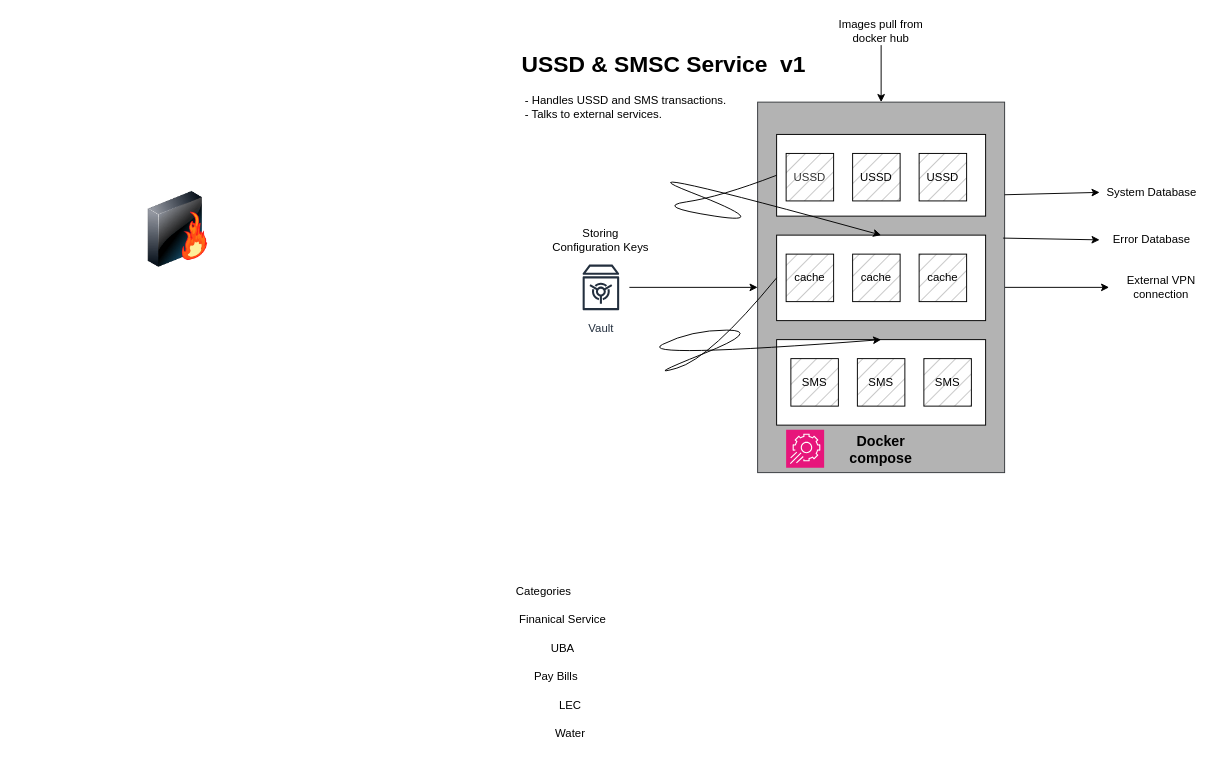
brilliantnarlo/system-design keeps this draw.io diagram as VAS.drawio. Above is the earlier version. Source tidied: cells renumbered, new cells numbered last; positions are measured from the earlier drawing's top-left corner, leaving out a move shared by most shapes. Both pictures are drawn from the tidied source at 95%, with x=0, y=0 at pixel (140, 16).
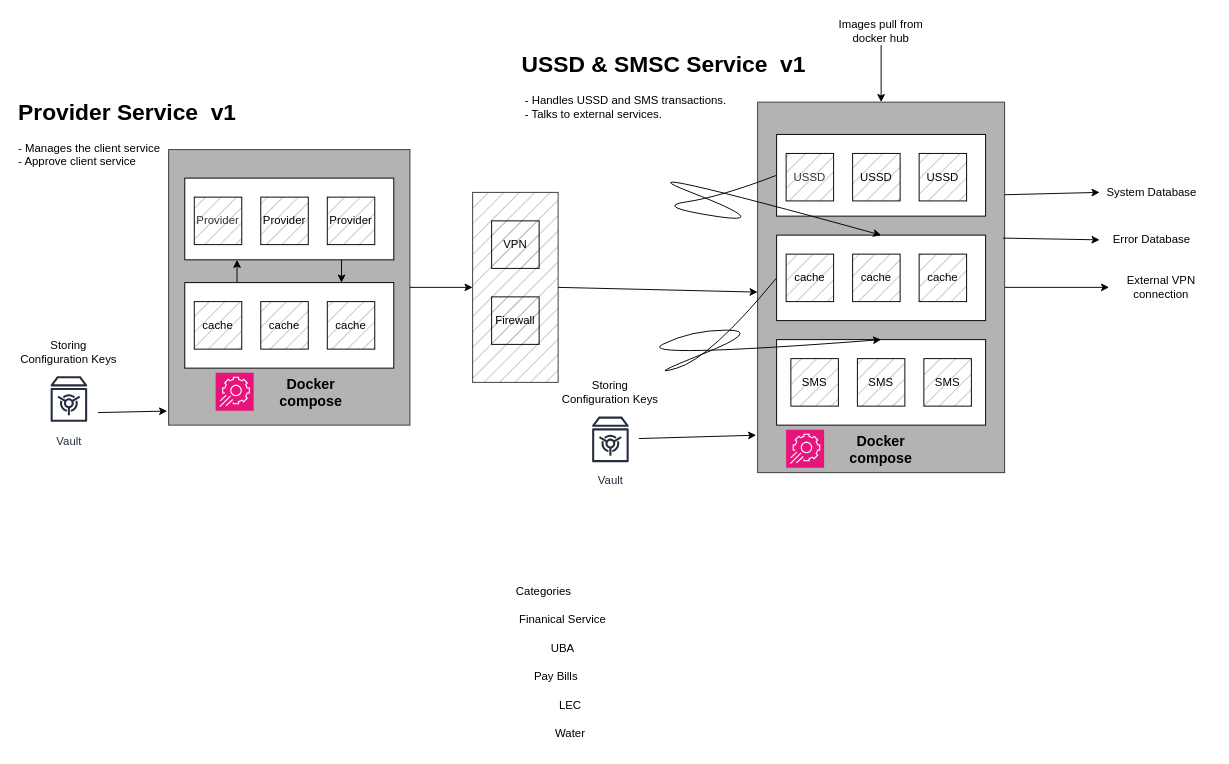
After the change.

The change refers to these unchanged cells:
```xml
<mxCell id="8" style="rounded=0;whiteSpace=wrap;html=1;fillColor=#B3B3B3;strokeColor=#36393d;strokeWidth=1;glass=0;fillStyle=solid;" parent="1" vertex="1">
  <mxGeometry x="650" y="90" width="260" height="390" as="geometry" />
</mxCell>
```

The edit, as a diff of the source:
```diff
@@
+    <mxCell id="38" style="rounded=0;whiteSpace=wrap;html=1;fillColor=#B3B3B3;strokeColor=#36393d;strokeWidth=1;glass=0;fillStyle=hatch;gradientColor=none;" parent="1" vertex="1">
+      <mxGeometry x="350" y="185" width="90" height="200" as="geometry" />
+    </mxCell>
@@
     <mxCell id="3" value="Vault" style="sketch=0;outlineConnect=0;fontColor=#232F3E;gradientColor=none;strokeColor=#232F3E;fillColor=#ffffff;dashed=0;verticalLabelPosition=bottom;verticalAlign=top;align=center;html=1;fontSize=12;fontStyle=0;shape=mxgraph.aws4.resourceIcon;resIcon=mxgraph.aws4.vault;" parent="1" vertex="1">
-      <mxGeometry x="455" y="255" width="60" height="60" as="geometry" />
+      <mxGeometry x="465" y="415" width="60" height="60" as="geometry" />
     </mxCell>
     <mxCell id="4" value="Storing Configuration Keys" style="text;html=1;whiteSpace=wrap;strokeColor=none;fillColor=none;align=center;verticalAlign=middle;rounded=0;" parent="1" vertex="1">
-      <mxGeometry x="430" y="220" width="110" height="30" as="geometry" />
+      <mxGeometry x="440" y="380" width="110" height="30" as="geometry" />
     </mxCell>
-    <mxCell id="5" style="endArrow=classic;html=1;rounded=0;entryX=0;entryY=0.5;entryDx=0;entryDy=0;flowAnimation=1;" parent="1" edge="1" source="3" target="8">
-      <mxGeometry relative="1" as="geometry" />
-    </mxCell>
-    <mxCell id="6" style="image;html=1;image=img/lib/clip_art/networking/Firewall-page1_128x128.png;" parent="1" vertex="1">
-      <mxGeometry y="184" width="80" height="80" as="geometry" />
-    </mxCell>
@@
+    <mxCell id="39" style="rounded=0;whiteSpace=wrap;html=1;fillColor=#B3B3B3;strokeColor=#36393d;strokeWidth=1;glass=0;fillStyle=solid;" parent="1" vertex="1">
+      <mxGeometry x="30" y="140" width="254" height="290" as="geometry" />
+    </mxCell>
+    <mxCell id="40" value="&lt;h1 style=&quot;margin-top: 0px;&quot;&gt;Provider Service&amp;nbsp; v1&lt;/h1&gt;&lt;div&gt;- Manages the client service&lt;/div&gt;&lt;div&gt;- Approve client service&lt;/div&gt;" style="text;html=1;whiteSpace=wrap;overflow=hidden;rounded=0;" parent="1" vertex="1">
+      <mxGeometry x="-130" y="80" width="320" height="90" as="geometry" />
+    </mxCell>
+    <mxCell id="41" style="rounded=0;whiteSpace=wrap;html=1;" parent="1" vertex="1">
+      <mxGeometry x="47" y="170" width="220" height="86" as="geometry" />
+    </mxCell>
+    <mxCell id="42" value="Provider" style="rounded=0;whiteSpace=wrap;html=1;glass=0;fillColor=#B3B3B3;strokeColor=#000000;fontColor=#333333;fillStyle=hatch;" parent="1" vertex="1">
+      <mxGeometry x="57" y="190" width="50" height="50" as="geometry" />
+    </mxCell>
+    <mxCell id="43" value="Provider" style="rounded=0;whiteSpace=wrap;html=1;strokeColor=light-dark(#000000,#EDEDED);fillColor=#B3B3B3;fillStyle=hatch;" parent="1" vertex="1">
+      <mxGeometry x="127" y="190" width="50" height="50" as="geometry" />
+    </mxCell>
+    <mxCell id="44" value="Provider" style="rounded=0;whiteSpace=wrap;html=1;fillColor=#B3B3B3;fillStyle=hatch;" parent="1" vertex="1">
+      <mxGeometry x="197" y="190" width="50" height="50" as="geometry" />
+    </mxCell>
+    <mxCell id="45" value="VPN" style="rounded=0;whiteSpace=wrap;html=1;fillColor=#B3B3B3;fillStyle=hatch;" parent="1" vertex="1">
+      <mxGeometry x="370" y="215" width="50" height="50" as="geometry" />
+    </mxCell>
+    <mxCell id="46" value="Firewall" style="rounded=0;whiteSpace=wrap;html=1;fillColor=#B3B3B3;fillStyle=hatch;" parent="1" vertex="1">
+      <mxGeometry x="370" y="295" width="50" height="50" as="geometry" />
+    </mxCell>
+    <mxCell id="47" style="endArrow=classic;html=1;rounded=0;exitX=1;exitY=0.5;exitDx=0;exitDy=0;entryX=0;entryY=0.5;entryDx=0;entryDy=0;flowAnimation=1;" parent="1" edge="1" source="39" target="38">
+      <mxGeometry relative="1" as="geometry" />
+    </mxCell>
+    <mxCell id="48" style="endArrow=classic;html=1;rounded=0;exitX=1;exitY=0.5;exitDx=0;exitDy=0;flowAnimation=1;" parent="1" edge="1" source="38">
+      <mxGeometry relative="1" as="geometry">
+        <mxPoint x="650" y="290" as="targetPoint" />
+      </mxGeometry>
+    </mxCell>
+    <mxCell id="5" style="endArrow=classic;html=1;rounded=0;entryX=-0.006;entryY=0.899;entryDx=0;entryDy=0;entryPerimeter=0;flowAnimation=1;" parent="1" edge="1" source="3" target="8">
+      <mxGeometry relative="1" as="geometry" />
+    </mxCell>
+    <mxCell id="49" value="Vault" style="sketch=0;outlineConnect=0;fontColor=#232F3E;gradientColor=none;strokeColor=#232F3E;fillColor=#ffffff;dashed=0;verticalLabelPosition=bottom;verticalAlign=top;align=center;html=1;fontSize=12;fontStyle=0;shape=mxgraph.aws4.resourceIcon;resIcon=mxgraph.aws4.vault;" parent="1" vertex="1">
+      <mxGeometry x="-105" y="372.5" width="60" height="60" as="geometry" />
+    </mxCell>
+    <mxCell id="50" value="Storing Configuration Keys" style="text;html=1;whiteSpace=wrap;strokeColor=none;fillColor=none;align=center;verticalAlign=middle;rounded=0;" parent="1" vertex="1">
+      <mxGeometry x="-130" y="337.5" width="110" height="30" as="geometry" />
+    </mxCell>
+    <mxCell id="51" style="rounded=0;whiteSpace=wrap;html=1;" parent="1" vertex="1">
+      <mxGeometry x="47" y="280" width="220" height="90" as="geometry" />
+    </mxCell>
+    <mxCell id="52" value="cache" style="rounded=0;whiteSpace=wrap;html=1;fillStyle=hatch;fillColor=#B3B3B3;" parent="1" vertex="1">
+      <mxGeometry x="57" y="300" width="50" height="50" as="geometry" />
+    </mxCell>
+    <mxCell id="53" value="cache" style="rounded=0;whiteSpace=wrap;html=1;fillStyle=hatch;fillColor=#B3B3B3;" parent="1" vertex="1">
+      <mxGeometry x="127" y="300" width="50" height="50" as="geometry" />
+    </mxCell>
+    <mxCell id="54" value="cache" style="rounded=0;whiteSpace=wrap;html=1;fillStyle=hatch;fillColor=#B3B3B3;" parent="1" vertex="1">
+      <mxGeometry x="197" y="300" width="50" height="50" as="geometry" />
+    </mxCell>
+    <mxCell id="55" style="endArrow=classic;html=1;rounded=0;entryX=0.25;entryY=1;entryDx=0;entryDy=0;exitX=0.25;exitY=0;exitDx=0;exitDy=0;flowAnimation=1;" parent="1" edge="1" source="51" target="41">
+      <mxGeometry relative="1" as="geometry" />
+    </mxCell>
+    <mxCell id="56" style="endArrow=classic;html=1;rounded=0;exitX=0.75;exitY=1;exitDx=0;exitDy=0;entryX=0.75;entryY=0;entryDx=0;entryDy=0;flowAnimation=1;" parent="1" edge="1" source="41" target="51">
+      <mxGeometry relative="1" as="geometry" />
+    </mxCell>
+    <mxCell id="57" value="Docker compose" style="text;html=1;whiteSpace=wrap;strokeColor=none;fillColor=none;align=center;verticalAlign=middle;rounded=0;fontSize=15;fontStyle=1;" parent="1" vertex="1">
+      <mxGeometry x="124.5" y="380" width="110" height="30" as="geometry" />
+    </mxCell>
+    <mxCell id="58" style="sketch=0;fontColor=#232F3E;fillColor=#E7157B;strokeColor=#ffffff;dashed=0;verticalLabelPosition=bottom;verticalAlign=top;align=center;html=1;fontSize=12;fontStyle=0;shape=mxgraph.aws4.resourceIcon;resIcon=mxgraph.aws4.app_config;" parent="1" vertex="1">
+      <mxGeometry x="79.5" y="375" width="40" height="40" as="geometry" />
+    </mxCell>
+    <mxCell id="59" style="endArrow=classic;html=1;rounded=0;exitX=1.01;exitY=0.738;exitDx=0;exitDy=0;exitPerimeter=0;entryX=-0.006;entryY=0.949;entryDx=0;entryDy=0;entryPerimeter=0;flowAnimation=1;" parent="1" edge="1" source="49" target="39">
+      <mxGeometry relative="1" as="geometry" />
+    </mxCell>
```
